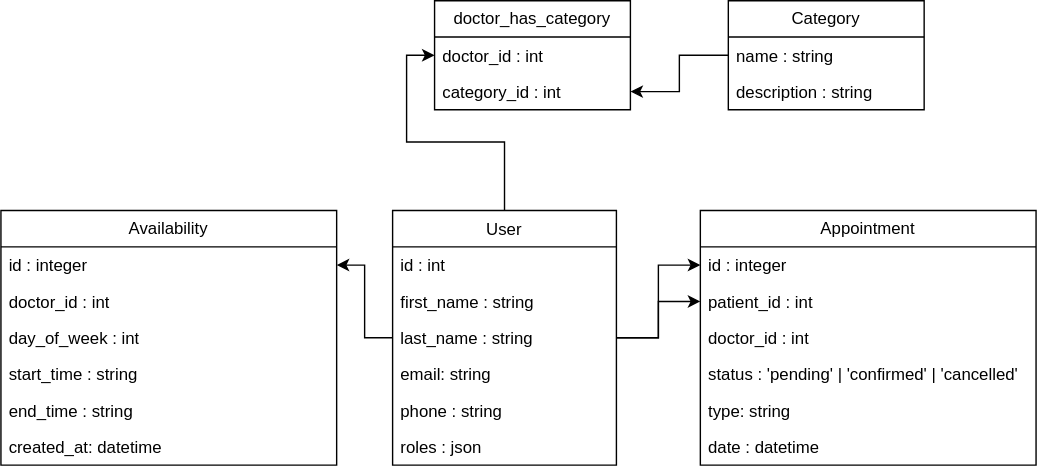
CodeQuasarr/med_call_api keeps this draw.io diagram as docs/mcd.drawio.svg. Above is the earlier version. Source tidied: cells renumbered, new cells last; positions are measured from the earlier drawing's top-left corner, leaving out a move shared by most shapes. Source of this version:
```xml
<mxGraphModel>
  <root>
    <mxCell id="0" />
    <mxCell id="1" parent="0" />
    <mxCell id="2" style="edgeStyle=orthogonalEdgeStyle;rounded=0;jettySize=auto;html=1;entryX=0;entryY=0.5;entryDx=0;entryDy=0;" parent="1" edge="1" source="6" target="14">
      <mxGeometry relative="1" as="geometry" />
    </mxCell>
    <mxCell id="3" style="edgeStyle=orthogonalEdgeStyle;rounded=0;jettySize=auto;html=1;entryX=0;entryY=0.5;entryDx=0;entryDy=0;" parent="1" edge="1" source="6" target="15">
      <mxGeometry relative="1" as="geometry" />
    </mxCell>
    <mxCell id="4" style="edgeStyle=orthogonalEdgeStyle;rounded=0;jettySize=auto;html=1;" parent="1" edge="1" source="6" target="21">
      <mxGeometry relative="1" as="geometry" />
    </mxCell>
    <mxCell id="5" style="edgeStyle=orthogonalEdgeStyle;rounded=0;jettySize=auto;html=1;entryX=0;entryY=0.5;entryDx=0;entryDy=0;" parent="1" edge="1" source="6" target="31">
      <mxGeometry relative="1" as="geometry" />
    </mxCell>
    <mxCell id="6" value="User" style="swimlane;fontStyle=0;align=center;verticalAlign=top;horizontal=1;startSize=26;rounded=0;shadow=0;strokeWidth=1;" parent="1" vertex="1">
      <mxGeometry x="280" y="150" width="160" height="182" as="geometry" />
    </mxCell>
    <mxCell id="7" value="id : int" style="text;align=left;verticalAlign=top;spacingLeft=4;spacingRight=4;overflow=hidden;" parent="6" vertex="1">
      <mxGeometry y="26" width="160" height="26" as="geometry" />
    </mxCell>
    <mxCell id="8" value="first_name : string" style="text;align=left;verticalAlign=top;spacingLeft=4;spacingRight=4;overflow=hidden;" parent="6" vertex="1">
      <mxGeometry y="52" width="160" height="26" as="geometry" />
    </mxCell>
    <mxCell id="9" value="last_name : string" style="text;align=left;verticalAlign=top;spacingLeft=4;spacingRight=4;overflow=hidden;" parent="6" vertex="1">
      <mxGeometry y="78" width="160" height="26" as="geometry" />
    </mxCell>
    <mxCell id="10" value="email: string&#10;" style="text;align=left;verticalAlign=top;spacingLeft=4;spacingRight=4;overflow=hidden;" parent="6" vertex="1">
      <mxGeometry y="104" width="160" height="26" as="geometry" />
    </mxCell>
    <mxCell id="11" value="phone : string&#10;" style="text;align=left;verticalAlign=top;spacingLeft=4;spacingRight=4;overflow=hidden;" parent="6" vertex="1">
      <mxGeometry y="130" width="160" height="26" as="geometry" />
    </mxCell>
    <mxCell id="12" value="roles : json" style="text;align=left;verticalAlign=top;spacingLeft=4;spacingRight=4;overflow=hidden;" parent="6" vertex="1">
      <mxGeometry y="156" width="160" height="26" as="geometry" />
    </mxCell>
    <mxCell id="13" value="Appointment" style="swimlane;fontStyle=0;horizontal=1;startSize=26;fillColor=none;whiteSpace=wrap;html=1;" parent="1" vertex="1">
      <mxGeometry x="500" y="150" width="240" height="182" as="geometry" />
    </mxCell>
    <mxCell id="14" value="id : integer&lt;div&gt;&lt;br&gt;&lt;/div&gt;" style="text;strokeColor=none;fillColor=none;align=left;verticalAlign=top;spacingLeft=4;spacingRight=4;overflow=hidden;points=[[0,0.5],[1,0.5]];portConstraint=eastwest;whiteSpace=wrap;html=1;" parent="13" vertex="1">
      <mxGeometry y="26" width="240" height="26" as="geometry" />
    </mxCell>
    <mxCell id="15" value="patient_id : int" style="text;strokeColor=none;fillColor=none;align=left;verticalAlign=top;spacingLeft=4;spacingRight=4;overflow=hidden;points=[[0,0.5],[1,0.5]];portConstraint=eastwest;whiteSpace=wrap;html=1;" parent="13" vertex="1">
      <mxGeometry y="52" width="240" height="26" as="geometry" />
    </mxCell>
    <mxCell id="16" value="doctor_id : int" style="text;strokeColor=none;fillColor=none;align=left;verticalAlign=top;spacingLeft=4;spacingRight=4;overflow=hidden;whiteSpace=wrap;html=1;" parent="13" vertex="1">
      <mxGeometry y="78" width="240" height="26" as="geometry" />
    </mxCell>
    <mxCell id="17" value="status : 'pending' | 'confirmed' | 'cancelled'" style="text;strokeColor=none;fillColor=none;align=left;verticalAlign=top;spacingLeft=4;spacingRight=4;overflow=hidden;whiteSpace=wrap;html=1;" parent="13" vertex="1">
      <mxGeometry y="104" width="240" height="26" as="geometry" />
    </mxCell>
    <mxCell id="18" value="type: string" style="text;strokeColor=none;fillColor=none;align=left;verticalAlign=top;spacingLeft=4;spacingRight=4;overflow=hidden;whiteSpace=wrap;html=1;" parent="13" vertex="1">
      <mxGeometry y="130" width="240" height="26" as="geometry" />
    </mxCell>
    <mxCell id="19" value="date : datetime" style="text;strokeColor=none;fillColor=none;align=left;verticalAlign=top;spacingLeft=4;spacingRight=4;overflow=hidden;whiteSpace=wrap;html=1;" parent="13" vertex="1">
      <mxGeometry y="156" width="240" height="26" as="geometry" />
    </mxCell>
    <mxCell id="20" value="Availability" style="swimlane;fontStyle=0;horizontal=1;startSize=26;fillColor=none;whiteSpace=wrap;html=1;" parent="1" vertex="1">
      <mxGeometry y="150" width="240" height="182" as="geometry" />
    </mxCell>
    <mxCell id="21" value="id : integer&lt;div&gt;&lt;br&gt;&lt;/div&gt;" style="text;strokeColor=none;fillColor=none;align=left;verticalAlign=top;spacingLeft=4;spacingRight=4;overflow=hidden;points=[[0,0.5],[1,0.5]];portConstraint=eastwest;whiteSpace=wrap;html=1;" parent="20" vertex="1">
      <mxGeometry y="26" width="240" height="26" as="geometry" />
    </mxCell>
    <mxCell id="22" value="doctor_id : int" style="text;strokeColor=none;fillColor=none;align=left;verticalAlign=top;spacingLeft=4;spacingRight=4;overflow=hidden;whiteSpace=wrap;html=1;" parent="20" vertex="1">
      <mxGeometry y="52" width="240" height="26" as="geometry" />
    </mxCell>
    <mxCell id="23" value="day_of_week : int" style="text;strokeColor=none;fillColor=none;align=left;verticalAlign=top;spacingLeft=4;spacingRight=4;overflow=hidden;whiteSpace=wrap;html=1;" parent="20" vertex="1">
      <mxGeometry y="78" width="240" height="26" as="geometry" />
    </mxCell>
    <mxCell id="24" value="start_time : string" style="text;strokeColor=none;fillColor=none;align=left;verticalAlign=top;spacingLeft=4;spacingRight=4;overflow=hidden;whiteSpace=wrap;html=1;" parent="20" vertex="1">
      <mxGeometry y="104" width="240" height="26" as="geometry" />
    </mxCell>
    <mxCell id="25" value="end_time : string" style="text;strokeColor=none;fillColor=none;align=left;verticalAlign=top;spacingLeft=4;spacingRight=4;overflow=hidden;whiteSpace=wrap;html=1;" parent="20" vertex="1">
      <mxGeometry y="130" width="240" height="26" as="geometry" />
    </mxCell>
    <mxCell id="26" value="created_at: datetime&lt;div&gt;&lt;br&gt;&lt;/div&gt;" style="text;strokeColor=none;fillColor=none;align=left;verticalAlign=top;spacingLeft=4;spacingRight=4;overflow=hidden;whiteSpace=wrap;html=1;" parent="20" vertex="1">
      <mxGeometry y="156" width="240" height="26" as="geometry" />
    </mxCell>
    <mxCell id="27" value="Category" style="swimlane;fontStyle=0;horizontal=1;startSize=26;fillColor=none;whiteSpace=wrap;html=1;" parent="1" vertex="1">
      <mxGeometry x="520" width="140" height="78" as="geometry" />
    </mxCell>
    <mxCell id="28" value="name : string" style="text;strokeColor=none;fillColor=none;align=left;verticalAlign=top;spacingLeft=4;spacingRight=4;overflow=hidden;points=[[0,0.5],[1,0.5]];portConstraint=eastwest;whiteSpace=wrap;html=1;" parent="27" vertex="1">
      <mxGeometry y="26" width="140" height="26" as="geometry" />
    </mxCell>
    <mxCell id="29" value="description : string" style="text;strokeColor=none;fillColor=none;align=left;verticalAlign=top;spacingLeft=4;spacingRight=4;overflow=hidden;whiteSpace=wrap;html=1;" parent="27" vertex="1">
      <mxGeometry y="52" width="140" height="26" as="geometry" />
    </mxCell>
    <mxCell id="30" value="doctor_has_category" style="swimlane;fontStyle=0;horizontal=1;startSize=26;fillColor=none;whiteSpace=wrap;html=1;" parent="1" vertex="1">
      <mxGeometry x="310" width="140" height="78" as="geometry" />
    </mxCell>
    <mxCell id="31" value="doctor_id : int" style="text;strokeColor=none;fillColor=none;align=left;verticalAlign=top;spacingLeft=4;spacingRight=4;overflow=hidden;points=[[0,0.5],[1,0.5]];portConstraint=eastwest;whiteSpace=wrap;html=1;" parent="30" vertex="1">
      <mxGeometry y="26" width="140" height="26" as="geometry" />
    </mxCell>
    <mxCell id="32" value="category_id : int" style="text;strokeColor=none;fillColor=none;align=left;verticalAlign=top;spacingLeft=4;spacingRight=4;overflow=hidden;points=[[0,0.5],[1,0.5]];portConstraint=eastwest;whiteSpace=wrap;html=1;" parent="30" vertex="1">
      <mxGeometry y="52" width="140" height="26" as="geometry" />
    </mxCell>
    <mxCell id="33" style="edgeStyle=orthogonalEdgeStyle;rounded=0;jettySize=auto;html=1;exitX=0;exitY=0.5;exitDx=0;exitDy=0;entryX=1;entryY=0.5;entryDx=0;entryDy=0;" parent="1" edge="1" source="28" target="32">
      <mxGeometry relative="1" as="geometry" />
    </mxCell>
  </root>
</mxGraphModel>
```
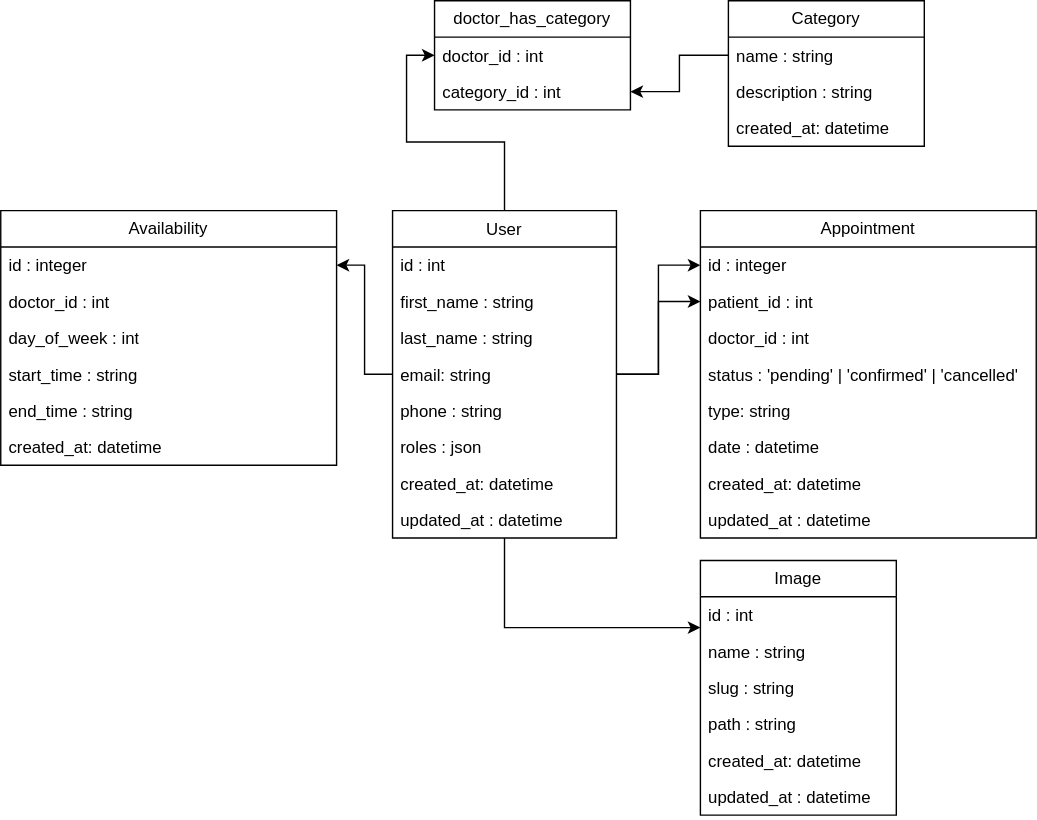
Later version of the same file.

Commit message:
Mettre à jour mcd.drawio.svg

Diff of the diagram source:
```diff
@@ -15,7 +15,7 @@
       <mxGeometry relative="1" as="geometry" />
     </mxCell>
     <mxCell id="6" value="User" style="swimlane;fontStyle=0;align=center;verticalAlign=top;horizontal=1;startSize=26;rounded=0;shadow=0;strokeWidth=1;" parent="1" vertex="1">
-      <mxGeometry x="280" y="150" width="160" height="182" as="geometry" />
+      <mxGeometry x="280" y="150" width="160" height="234" as="geometry" />
     </mxCell>
     <mxCell id="7" value="id : int" style="text;align=left;verticalAlign=top;spacingLeft=4;spacingRight=4;overflow=hidden;" parent="6" vertex="1">
       <mxGeometry y="26" width="160" height="26" as="geometry" />
@@ -35,8 +35,14 @@
     <mxCell id="12" value="roles : json" style="text;align=left;verticalAlign=top;spacingLeft=4;spacingRight=4;overflow=hidden;" parent="6" vertex="1">
       <mxGeometry y="156" width="160" height="26" as="geometry" />
     </mxCell>
+    <mxCell id="34" value="created_at: datetime" style="text;align=left;verticalAlign=top;spacingLeft=4;spacingRight=4;overflow=hidden;" parent="6" vertex="1">
+      <mxGeometry y="182" width="160" height="26" as="geometry" />
+    </mxCell>
+    <mxCell id="35" value="updated_at : datetime" style="text;align=left;verticalAlign=top;spacingLeft=4;spacingRight=4;overflow=hidden;" parent="6" vertex="1">
+      <mxGeometry y="208" width="160" height="26" as="geometry" />
+    </mxCell>
     <mxCell id="13" value="Appointment" style="swimlane;fontStyle=0;horizontal=1;startSize=26;fillColor=none;whiteSpace=wrap;html=1;" parent="1" vertex="1">
-      <mxGeometry x="500" y="150" width="240" height="182" as="geometry" />
+      <mxGeometry x="500" y="150" width="240" height="234" as="geometry" />
     </mxCell>
     <mxCell id="14" value="id : integer&lt;div&gt;&lt;br&gt;&lt;/div&gt;" style="text;strokeColor=none;fillColor=none;align=left;verticalAlign=top;spacingLeft=4;spacingRight=4;overflow=hidden;points=[[0,0.5],[1,0.5]];portConstraint=eastwest;whiteSpace=wrap;html=1;" parent="13" vertex="1">
       <mxGeometry y="26" width="240" height="26" as="geometry" />
@@ -56,6 +62,12 @@
     <mxCell id="19" value="date : datetime" style="text;strokeColor=none;fillColor=none;align=left;verticalAlign=top;spacingLeft=4;spacingRight=4;overflow=hidden;whiteSpace=wrap;html=1;" parent="13" vertex="1">
       <mxGeometry y="156" width="240" height="26" as="geometry" />
     </mxCell>
+    <mxCell id="36" value="created_at: datetime" style="text;strokeColor=none;fillColor=none;align=left;verticalAlign=top;spacingLeft=4;spacingRight=4;overflow=hidden;whiteSpace=wrap;html=1;" parent="13" vertex="1">
+      <mxGeometry y="182" width="240" height="26" as="geometry" />
+    </mxCell>
+    <mxCell id="37" value="updated_at : datetime" style="text;strokeColor=none;fillColor=none;align=left;verticalAlign=top;spacingLeft=4;spacingRight=4;overflow=hidden;whiteSpace=wrap;html=1;" parent="13" vertex="1">
+      <mxGeometry y="208" width="240" height="26" as="geometry" />
+    </mxCell>
     <mxCell id="20" value="Availability" style="swimlane;fontStyle=0;horizontal=1;startSize=26;fillColor=none;whiteSpace=wrap;html=1;" parent="1" vertex="1">
       <mxGeometry y="150" width="240" height="182" as="geometry" />
     </mxCell>
@@ -78,7 +90,7 @@
       <mxGeometry y="156" width="240" height="26" as="geometry" />
     </mxCell>
     <mxCell id="27" value="Category" style="swimlane;fontStyle=0;horizontal=1;startSize=26;fillColor=none;whiteSpace=wrap;html=1;" parent="1" vertex="1">
-      <mxGeometry x="520" width="140" height="78" as="geometry" />
+      <mxGeometry x="520" width="140" height="104" as="geometry" />
     </mxCell>
     <mxCell id="28" value="name : string" style="text;strokeColor=none;fillColor=none;align=left;verticalAlign=top;spacingLeft=4;spacingRight=4;overflow=hidden;points=[[0,0.5],[1,0.5]];portConstraint=eastwest;whiteSpace=wrap;html=1;" parent="27" vertex="1">
       <mxGeometry y="26" width="140" height="26" as="geometry" />
@@ -86,6 +98,9 @@
     <mxCell id="29" value="description : string" style="text;strokeColor=none;fillColor=none;align=left;verticalAlign=top;spacingLeft=4;spacingRight=4;overflow=hidden;whiteSpace=wrap;html=1;" parent="27" vertex="1">
       <mxGeometry y="52" width="140" height="26" as="geometry" />
     </mxCell>
+    <mxCell id="38" value="created_at: datetime" style="text;strokeColor=none;fillColor=none;align=left;verticalAlign=top;spacingLeft=4;spacingRight=4;overflow=hidden;whiteSpace=wrap;html=1;" parent="27" vertex="1">
+      <mxGeometry y="78" width="140" height="26" as="geometry" />
+    </mxCell>
     <mxCell id="30" value="doctor_has_category" style="swimlane;fontStyle=0;horizontal=1;startSize=26;fillColor=none;whiteSpace=wrap;html=1;" parent="1" vertex="1">
       <mxGeometry x="310" width="140" height="78" as="geometry" />
     </mxCell>
@@ -98,5 +113,29 @@
     <mxCell id="33" style="edgeStyle=orthogonalEdgeStyle;rounded=0;jettySize=auto;html=1;exitX=0;exitY=0.5;exitDx=0;exitDy=0;entryX=1;entryY=0.5;entryDx=0;entryDy=0;" parent="1" edge="1" source="28" target="32">
       <mxGeometry relative="1" as="geometry" />
     </mxCell>
+    <mxCell id="39" value="Image" style="swimlane;fontStyle=0;horizontal=1;startSize=26;fillColor=none;whiteSpace=wrap;html=1;" parent="1" vertex="1">
+      <mxGeometry x="500" y="400" width="140" height="182" as="geometry" />
+    </mxCell>
+    <mxCell id="40" value="id : int&lt;div&gt;&lt;br&gt;&lt;/div&gt;" style="text;strokeColor=none;fillColor=none;align=left;verticalAlign=top;spacingLeft=4;spacingRight=4;overflow=hidden;points=[[0,0.5],[1,0.5]];portConstraint=eastwest;whiteSpace=wrap;html=1;" parent="39" vertex="1">
+      <mxGeometry y="26" width="140" height="26" as="geometry" />
+    </mxCell>
+    <mxCell id="41" value="name : string" style="text;strokeColor=none;fillColor=none;align=left;verticalAlign=top;spacingLeft=4;spacingRight=4;overflow=hidden;whiteSpace=wrap;html=1;" parent="39" vertex="1">
+      <mxGeometry y="52" width="140" height="26" as="geometry" />
+    </mxCell>
+    <mxCell id="42" value="slug : string" style="text;strokeColor=none;fillColor=none;align=left;verticalAlign=top;spacingLeft=4;spacingRight=4;overflow=hidden;whiteSpace=wrap;html=1;" parent="39" vertex="1">
+      <mxGeometry y="78" width="140" height="26" as="geometry" />
+    </mxCell>
+    <mxCell id="43" value="path : string" style="text;strokeColor=none;fillColor=none;align=left;verticalAlign=top;spacingLeft=4;spacingRight=4;overflow=hidden;whiteSpace=wrap;html=1;" parent="39" vertex="1">
+      <mxGeometry y="104" width="140" height="26" as="geometry" />
+    </mxCell>
+    <mxCell id="44" value="created_at: datetime" style="text;strokeColor=none;fillColor=none;align=left;verticalAlign=top;spacingLeft=4;spacingRight=4;overflow=hidden;whiteSpace=wrap;html=1;" parent="39" vertex="1">
+      <mxGeometry y="130" width="140" height="26" as="geometry" />
+    </mxCell>
+    <mxCell id="45" value="updated_at : datetime" style="text;strokeColor=none;fillColor=none;align=left;verticalAlign=top;spacingLeft=4;spacingRight=4;overflow=hidden;whiteSpace=wrap;html=1;" parent="39" vertex="1">
+      <mxGeometry y="156" width="140" height="26" as="geometry" />
+    </mxCell>
+    <mxCell id="46" style="edgeStyle=orthogonalEdgeStyle;rounded=0;jettySize=auto;html=1;entryX=0;entryY=0.846;entryDx=0;entryDy=0;entryPerimeter=0;" parent="1" edge="1" source="6" target="40">
+      <mxGeometry relative="1" as="geometry" />
+    </mxCell>
   </root>
 </mxGraphModel>
```
